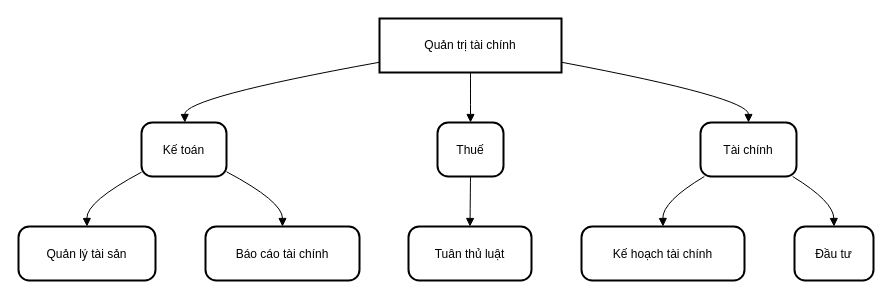
This is Biểu đồ không có tiêu đề.drawio from longdp121/ASCIIArtClock, a draw.io file, before an edit. Source tidied: cells renumbered, new cells numbered last; positions are measured from the earlier drawing's top-left corner, leaving out a move shared by most shapes. Both pictures are drawn from the tidied source at 100%, with x=0, y=0 at pixel (18, 18).
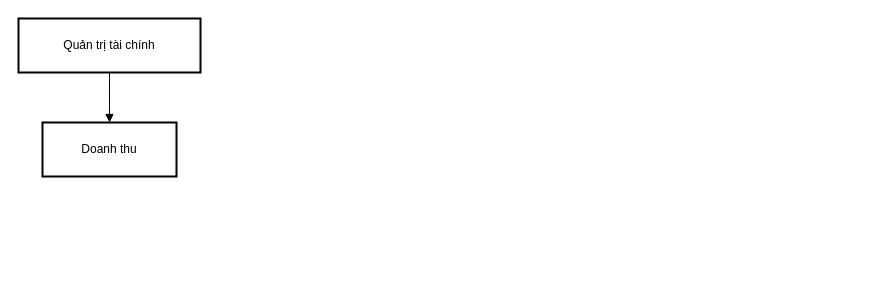
The same diagram, later.

Diff of the diagram source:
```diff
@@
     <mxCell id="2" value="Quản trị tài chính" style="whiteSpace=wrap;strokeWidth=2;" parent="1" vertex="1">
-      <mxGeometry x="361" width="182" height="54" as="geometry" />
+      <mxGeometry width="182" height="54" as="geometry" />
     </mxCell>
-    <mxCell id="3" value="Kế toán" style="rounded=1;arcSize=20;strokeWidth=2;" parent="1" vertex="1">
-      <mxGeometry x="123" y="104" width="85" height="54" as="geometry" />
+    <mxCell id="3" value="Doanh thu" style="whiteSpace=wrap;strokeWidth=2;" parent="1" vertex="1">
+      <mxGeometry x="24" y="104" width="134" height="54" as="geometry" />
     </mxCell>
-    <mxCell id="4" value="Thuế" style="rounded=1;arcSize=20;strokeWidth=2;" parent="1" vertex="1">
-      <mxGeometry x="419" y="104" width="66" height="54" as="geometry" />
+    <mxCell id="4" style="curved=1;startArrow=none;endArrow=block;exitX=0.5;exitY=1;entryX=0.5;entryY=0;" parent="1" edge="1" source="2" target="3">
+      <mxGeometry relative="1" as="geometry" />
     </mxCell>
-    <mxCell id="5" value="Tài chính" style="rounded=1;arcSize=20;strokeWidth=2;" parent="1" vertex="1">
-      <mxGeometry x="682" y="104" width="96" height="54" as="geometry" />
-    </mxCell>
-    <mxCell id="6" value="Quản lý tài sản" style="rounded=1;arcSize=20;strokeWidth=2;" parent="1" vertex="1">
-      <mxGeometry y="208" width="137" height="54" as="geometry" />
-    </mxCell>
-    <mxCell id="7" value="Báo cáo tài chính" style="rounded=1;arcSize=20;strokeWidth=2;" parent="1" vertex="1">
-      <mxGeometry x="187" y="208" width="154" height="54" as="geometry" />
-    </mxCell>
-    <mxCell id="8" value="Tuân thủ luật" style="rounded=1;arcSize=20;strokeWidth=2;" parent="1" vertex="1">
-      <mxGeometry x="390" y="208" width="123" height="54" as="geometry" />
-    </mxCell>
-    <mxCell id="9" value="Kế hoạch tài chính" style="rounded=1;arcSize=20;strokeWidth=2;" parent="1" vertex="1">
-      <mxGeometry x="563" y="208" width="163" height="54" as="geometry" />
-    </mxCell>
-    <mxCell id="10" value="Đầu tư" style="rounded=1;arcSize=20;strokeWidth=2;" parent="1" vertex="1">
-      <mxGeometry x="776" y="208" width="79" height="54" as="geometry" />
-    </mxCell>
-    <mxCell id="11" style="curved=1;startArrow=none;endArrow=block;exitX=0;exitY=0.81;entryX=0.51;entryY=0;" parent="1" edge="1" source="2" target="3">
-      <mxGeometry relative="1" as="geometry">
-        <Array as="points">
-          <mxPoint x="166" y="79" />
-        </Array>
-      </mxGeometry>
-    </mxCell>
-    <mxCell id="12" style="curved=1;startArrow=none;endArrow=block;exitX=0.5;exitY=1;entryX=0.5;entryY=0;" parent="1" edge="1" source="2" target="4">
-      <mxGeometry relative="1" as="geometry" />
-    </mxCell>
-    <mxCell id="13" style="curved=1;startArrow=none;endArrow=block;exitX=1;exitY=0.81;entryX=0.5;entryY=0;" parent="1" edge="1" source="2" target="5">
-      <mxGeometry relative="1" as="geometry">
-        <Array as="points">
-          <mxPoint x="730" y="79" />
-        </Array>
-      </mxGeometry>
-    </mxCell>
-    <mxCell id="14" style="curved=1;startArrow=none;endArrow=block;exitX=0;exitY=0.92;entryX=0.5;entryY=0;" parent="1" edge="1" source="3" target="6">
-      <mxGeometry relative="1" as="geometry">
-        <Array as="points">
-          <mxPoint x="68" y="183" />
-        </Array>
-      </mxGeometry>
-    </mxCell>
-    <mxCell id="15" style="curved=1;startArrow=none;endArrow=block;exitX=1.01;exitY=0.92;entryX=0.5;entryY=0;" parent="1" edge="1" source="3" target="7">
-      <mxGeometry relative="1" as="geometry">
-        <Array as="points">
-          <mxPoint x="264" y="183" />
-        </Array>
-      </mxGeometry>
-    </mxCell>
-    <mxCell id="16" style="curved=1;startArrow=none;endArrow=block;exitX=0.5;exitY=1;entryX=0.5;entryY=0;" parent="1" edge="1" source="4" target="8">
-      <mxGeometry relative="1" as="geometry" />
-    </mxCell>
-    <mxCell id="17" style="curved=1;startArrow=none;endArrow=block;exitX=0.04;exitY=1;entryX=0.5;entryY=0;" parent="1" edge="1" source="5" target="9">
-      <mxGeometry relative="1" as="geometry">
-        <Array as="points">
-          <mxPoint x="644" y="183" />
-        </Array>
-      </mxGeometry>
-    </mxCell>
-    <mxCell id="18" style="curved=1;startArrow=none;endArrow=block;exitX=0.96;exitY=1;entryX=0.5;entryY=0;" parent="1" edge="1" source="5" target="10">
-      <mxGeometry relative="1" as="geometry">
-        <Array as="points">
-          <mxPoint x="815" y="183" />
-        </Array>
-      </mxGeometry>
-    </mxCell>
```
